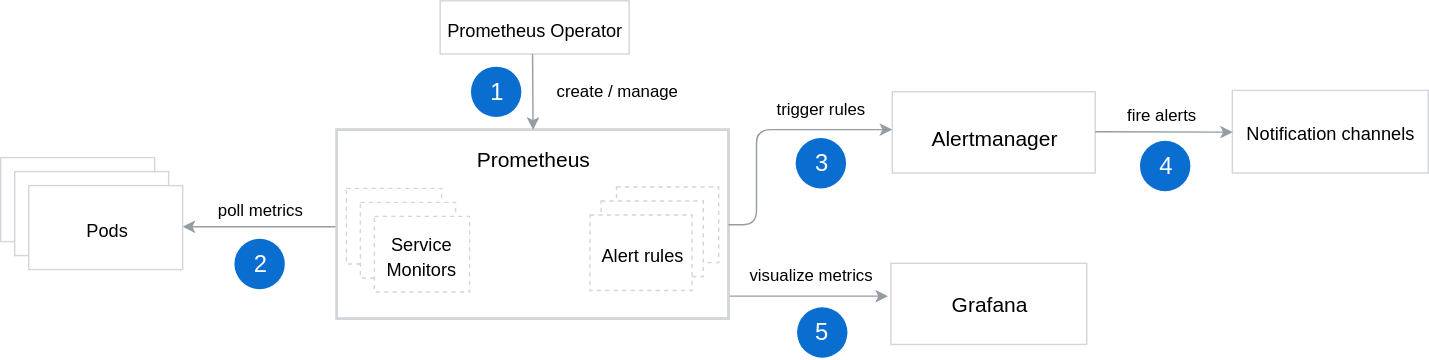
The draw.io diagram docs/monitoring/assets/monitoring-architecture.svg in kyma-project/kyma, before a commit. Source tidied: cells renumbered, new cells last; positions are measured from the earlier drawing's top-left corner, leaving out a move shared by most shapes.
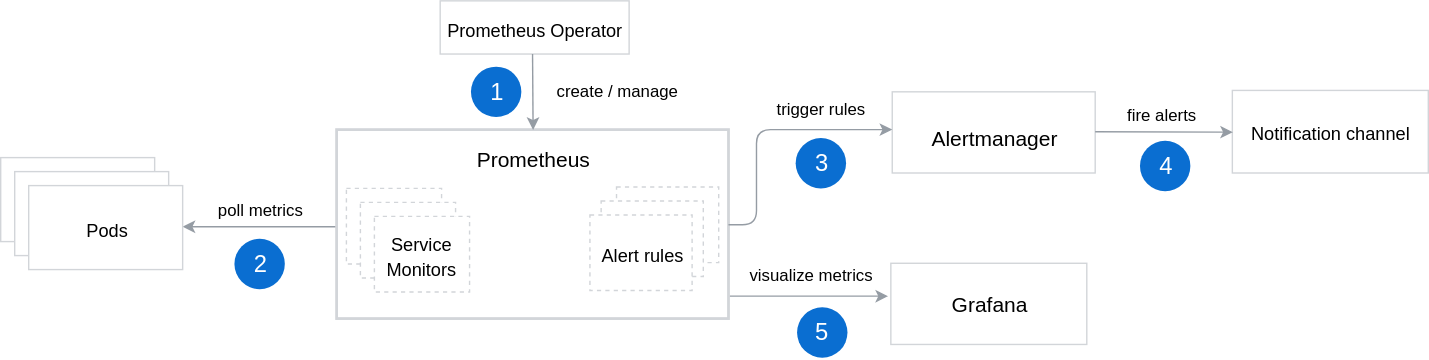
The same file after the commit.

Change to the diagram source:
```diff
@@ -49,7 +49,7 @@
     <mxCell id="15" value="&lt;font style=&quot;font-size: 15px&quot;&gt;Alertmanager&lt;/font&gt;" style="text;html=1;strokeColor=none;fillColor=none;align=center;verticalAlign=middle;whiteSpace=wrap;rounded=0;fontSize=15;" parent="1" vertex="1">
       <mxGeometry x="690" y="87.5" width="40" height="20" as="geometry" />
     </mxCell>
-    <mxCell id="16" value="&lt;font style=&quot;font-size: 13px&quot;&gt;Notification channels&lt;/font&gt;" style="rounded=0;whiteSpace=wrap;html=1;labelBackgroundColor=none;strokeColor=#D2D5D9;strokeWidth=1;fillColor=#FFFFFF;gradientColor=none;fontFamily=Helvetica;fontSize=15;fontColor=#000000;" parent="1" vertex="1">
+    <mxCell id="16" value="&lt;font style=&quot;font-size: 13px&quot;&gt;Notification channel&lt;/font&gt;" style="rounded=0;whiteSpace=wrap;html=1;labelBackgroundColor=none;strokeColor=#D2D5D9;strokeWidth=1;fillColor=#FFFFFF;gradientColor=none;fontFamily=Helvetica;fontSize=15;fontColor=#000000;" parent="1" vertex="1">
       <mxGeometry x="880" y="64" width="140" height="59" as="geometry" />
     </mxCell>
     <mxCell id="17" style="endArrow=classic;html=1;strokeColor=#959CA4;strokeWidth=1;fontFamily=Helvetica;fontSize=15;fontColor=#000000;" parent="1" edge="1">
```
